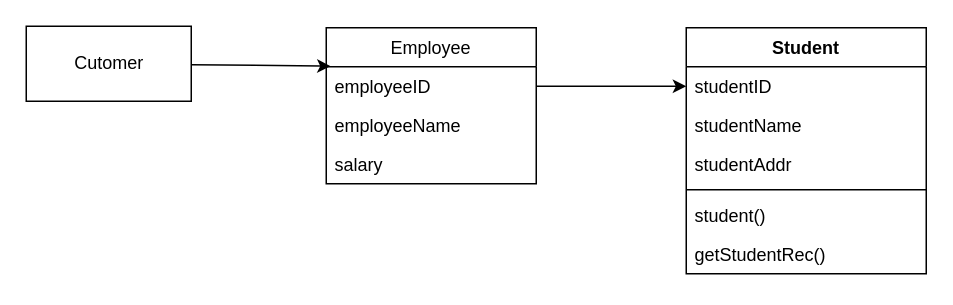
TIMDDNO1/111-2QZ1 keeps this draw.io diagram as p27a.drawio. Above is the earlier version. Source tidied: cells renumbered, new cells numbered last; positions are measured from the earlier drawing's top-left corner, leaving out a move shared by most shapes. Both pictures are drawn from the tidied source at 150%, with x=0, y=0 at pixel (26, 26).
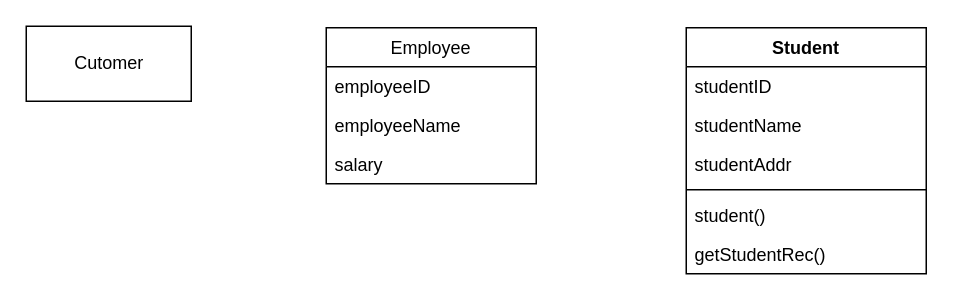
After the change.

Commit message (it also covers changes not shown here):
Lines starting

Diff of the diagram source:
```diff
@@
 <mxGraphModel>
   <root>
     <mxCell id="0" />
     <mxCell id="1" parent="0" />
-    <mxCell id="2" style="edgeStyle=none;html=1;entryX=0.021;entryY=-0.015;entryDx=0;entryDy=0;entryPerimeter=0;" parent="1" edge="1" source="3" target="12">
-      <mxGeometry relative="1" as="geometry" />
-    </mxCell>
     <mxCell id="3" value="Cutomer" style="html=1;" parent="1" vertex="1">
       <mxGeometry width="110" height="50" as="geometry" />
     </mxCell>
     <mxCell id="4" value="Student" style="swimlane;fontStyle=1;align=center;verticalAlign=top;horizontal=1;startSize=26;" parent="1" vertex="1">
       <mxGeometry x="440" y="1" width="160" height="164" as="geometry" />
     </mxCell>
     <mxCell id="5" value="studentID" style="text;strokeColor=none;fillColor=none;align=left;verticalAlign=top;spacingLeft=4;spacingRight=4;overflow=hidden;points=[[0,0.5],[1,0.5]];portConstraint=eastwest;" parent="4" vertex="1">
       <mxGeometry y="26" width="160" height="26" as="geometry" />
     </mxCell>
     <mxCell id="6" value="studentName" style="text;strokeColor=none;fillColor=none;align=left;verticalAlign=top;spacingLeft=4;spacingRight=4;overflow=hidden;" parent="4" vertex="1">
       <mxGeometry y="52" width="160" height="26" as="geometry" />
     </mxCell>
     <mxCell id="7" value="studentAddr" style="text;strokeColor=none;fillColor=none;align=left;verticalAlign=top;spacingLeft=4;spacingRight=4;overflow=hidden;" parent="4" vertex="1">
       <mxGeometry y="78" width="160" height="26" as="geometry" />
     </mxCell>
     <mxCell id="8" style="line;strokeWidth=1;fillColor=none;align=left;verticalAlign=middle;spacingTop=-1;spacingLeft=3;spacingRight=3;labelPosition=right;strokeColor=inherit;" parent="4" vertex="1">
       <mxGeometry y="104" width="160" height="8" as="geometry" />
     </mxCell>
     <mxCell id="9" value="student()" style="text;strokeColor=none;fillColor=none;align=left;verticalAlign=top;spacingLeft=4;spacingRight=4;overflow=hidden;" parent="4" vertex="1">
       <mxGeometry y="112" width="160" height="26" as="geometry" />
     </mxCell>
     <mxCell id="10" value="getStudentRec()" style="text;strokeColor=none;fillColor=none;align=left;verticalAlign=top;spacingLeft=4;spacingRight=4;overflow=hidden;" parent="4" vertex="1">
       <mxGeometry y="138" width="160" height="26" as="geometry" />
     </mxCell>
     <mxCell id="11" value="Employee" style="swimlane;fontStyle=0;horizontal=1;startSize=26;fillColor=none;" parent="1" vertex="1">
       <mxGeometry x="200" y="1" width="140" height="104" as="geometry" />
     </mxCell>
     <mxCell id="12" value="employeeID" style="text;strokeColor=none;fillColor=none;align=left;verticalAlign=top;spacingLeft=4;spacingRight=4;overflow=hidden;points=[[0,0.5],[1,0.5]];portConstraint=eastwest;" parent="11" vertex="1">
       <mxGeometry y="26" width="140" height="26" as="geometry" />
     </mxCell>
     <mxCell id="13" value="employeeName" style="text;strokeColor=none;fillColor=none;align=left;verticalAlign=top;spacingLeft=4;spacingRight=4;overflow=hidden;" parent="11" vertex="1">
       <mxGeometry y="52" width="140" height="26" as="geometry" />
     </mxCell>
     <mxCell id="14" value="salary" style="text;strokeColor=none;fillColor=none;align=left;verticalAlign=top;spacingLeft=4;spacingRight=4;overflow=hidden;" parent="11" vertex="1">
       <mxGeometry y="78" width="140" height="26" as="geometry" />
     </mxCell>
-    <mxCell id="15" style="edgeStyle=none;html=1;entryX=0;entryY=0.5;entryDx=0;entryDy=0;" parent="1" edge="1" source="12" target="5">
-      <mxGeometry relative="1" as="geometry">
-        <Array as="points">
-          <mxPoint x="390" y="40" />
-        </Array>
-      </mxGeometry>
-    </mxCell>
   </root>
 </mxGraphModel>
```
